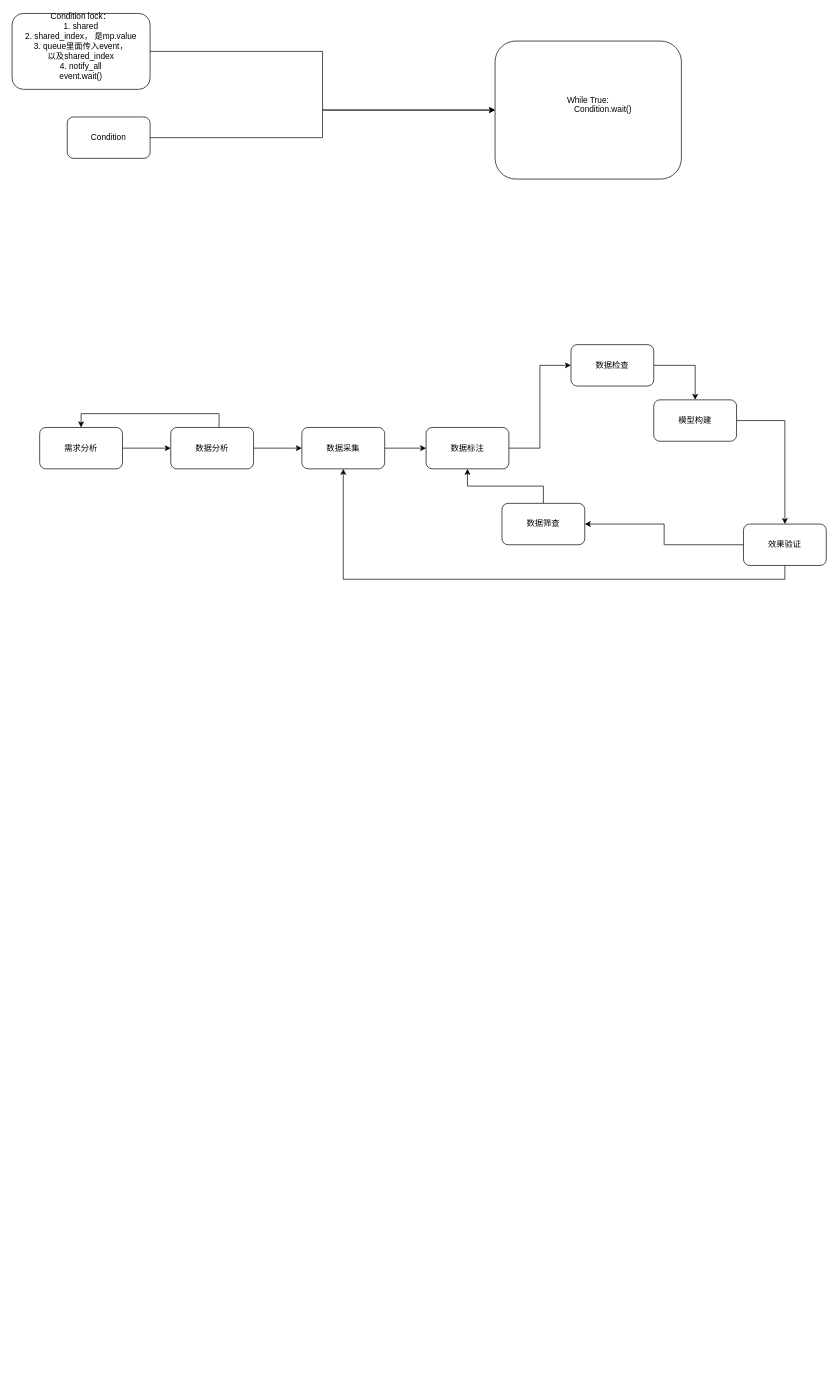
Earlier version of the draw.io diagram 未命名绘图.drawio (yimi-code/myrepo). Source tidied: cells renumbered, new cells numbered last; positions are measured from the earlier drawing's top-left corner, leaving out a move shared by most shapes. Both pictures are drawn from the tidied source at 69%, with x=0, y=0 at pixel (12, 13).
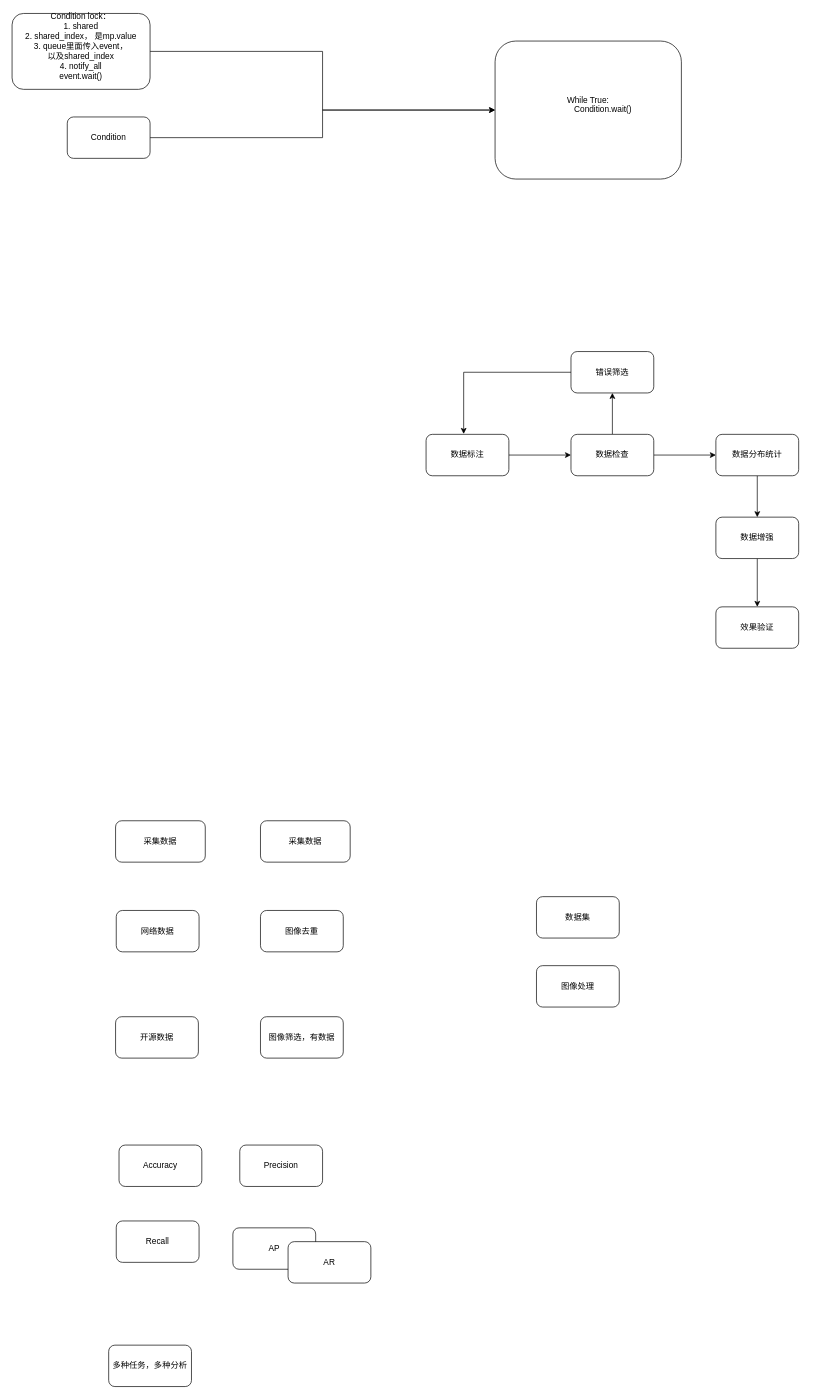
Above is the later version.

Commit message:
更新未命名绘图.drawio

The edit, as a diff of the source:
```diff
@@
-    <mxCell id="7" style="edgeStyle=orthogonalEdgeStyle;rounded=0;jettySize=auto;html=1;entryX=0;entryY=0.5;entryDx=0;entryDy=0;" parent="1" edge="1" source="8" target="12">
-      <mxGeometry relative="1" as="geometry" />
-    </mxCell>
-    <mxCell id="8" value="数据采集" style="rounded=1;whiteSpace=wrap;html=1;" parent="1" vertex="1">
-      <mxGeometry x="420" y="600" width="120" height="60" as="geometry" />
-    </mxCell>
-    <mxCell id="9" style="edgeStyle=orthogonalEdgeStyle;rounded=0;jettySize=auto;html=1;entryX=0.5;entryY=1;entryDx=0;entryDy=0;" parent="1" edge="1" source="10" target="12">
-      <mxGeometry relative="1" as="geometry" />
-    </mxCell>
-    <mxCell id="10" value="数据筛查" style="rounded=1;whiteSpace=wrap;html=1;" parent="1" vertex="1">
-      <mxGeometry x="710" y="710" width="120" height="60" as="geometry" />
-    </mxCell>
@@
     <mxCell id="12" value="数据标注" style="rounded=1;whiteSpace=wrap;html=1;" parent="1" vertex="1">
-      <mxGeometry x="600" y="600" width="120" height="60" as="geometry" />
+      <mxGeometry x="600" y="610" width="120" height="60" as="geometry" />
     </mxCell>
-    <mxCell id="13" style="edgeStyle=orthogonalEdgeStyle;rounded=0;jettySize=auto;html=1;" parent="1" edge="1" source="14" target="17">
-      <mxGeometry relative="1" as="geometry" />
-    </mxCell>
-    <mxCell id="14" value="需求分析" style="rounded=1;whiteSpace=wrap;html=1;" parent="1" vertex="1">
-      <mxGeometry x="40" y="600" width="120" height="60" as="geometry" />
-    </mxCell>
-    <mxCell id="15" style="edgeStyle=orthogonalEdgeStyle;rounded=0;jettySize=auto;html=1;entryX=0.5;entryY=0;entryDx=0;entryDy=0;" parent="1" edge="1" source="17" target="14">
-      <mxGeometry relative="1" as="geometry">
-        <Array as="points">
-          <mxPoint x="300" y="580" />
-          <mxPoint x="100" y="580" />
-        </Array>
-      </mxGeometry>
-    </mxCell>
-    <mxCell id="16" style="edgeStyle=orthogonalEdgeStyle;rounded=0;jettySize=auto;html=1;" parent="1" edge="1" source="17" target="8">
-      <mxGeometry relative="1" as="geometry" />
-    </mxCell>
-    <mxCell id="17" value="数据分析" style="rounded=1;whiteSpace=wrap;html=1;" parent="1" vertex="1">
-      <mxGeometry x="230" y="600" width="120" height="60" as="geometry" />
-    </mxCell>
-    <mxCell id="18" style="edgeStyle=orthogonalEdgeStyle;rounded=0;jettySize=auto;html=1;entryX=0.5;entryY=0;entryDx=0;entryDy=0;" parent="1" edge="1" source="19" target="22">
-      <mxGeometry relative="1" as="geometry" />
-    </mxCell>
-    <mxCell id="19" value="模型构建" style="rounded=1;whiteSpace=wrap;html=1;" parent="1" vertex="1">
-      <mxGeometry x="930" y="560" width="120" height="60" as="geometry" />
+    <mxCell id="19" value="数据集" style="rounded=1;whiteSpace=wrap;html=1;" parent="1" vertex="1">
+      <mxGeometry x="760" y="1280" width="120" height="60" as="geometry" />
     </mxCell>
-    <mxCell id="20" style="edgeStyle=orthogonalEdgeStyle;rounded=0;jettySize=auto;html=1;" parent="1" edge="1" source="22" target="10">
-      <mxGeometry relative="1" as="geometry" />
-    </mxCell>
-    <mxCell id="21" style="edgeStyle=orthogonalEdgeStyle;rounded=0;jettySize=auto;html=1;entryX=0.5;entryY=1;entryDx=0;entryDy=0;exitX=0.5;exitY=1;exitDx=0;exitDy=0;" parent="1" edge="1" source="22" target="8">
-      <mxGeometry relative="1" as="geometry" />
-    </mxCell>
     <mxCell id="22" value="效果验证" style="rounded=1;whiteSpace=wrap;html=1;" parent="1" vertex="1">
-      <mxGeometry x="1060" y="740" width="120" height="60" as="geometry" />
+      <mxGeometry x="1020" y="860" width="120" height="60" as="geometry" />
     </mxCell>
-    <mxCell id="23" style="edgeStyle=orthogonalEdgeStyle;rounded=0;jettySize=auto;html=1;exitX=1;exitY=0.5;exitDx=0;exitDy=0;" parent="1" edge="1" source="24" target="19">
-      <mxGeometry relative="1" as="geometry" />
-    </mxCell>
+    <mxCell id="25" style="edgeStyle=orthogonalEdgeStyle;rounded=0;jettySize=auto;html=1;entryX=0;entryY=0.5;entryDx=0;entryDy=0;" parent="1" edge="1" source="24" target="35">
+      <mxGeometry relative="1" as="geometry" />
+    </mxCell>
+    <mxCell id="26" style="edgeStyle=orthogonalEdgeStyle;rounded=0;jettySize=auto;html=1;entryX=0.5;entryY=1;entryDx=0;entryDy=0;" parent="1" edge="1" source="24" target="32">
+      <mxGeometry relative="1" as="geometry" />
+    </mxCell>
     <mxCell id="24" value="数据检查" style="rounded=1;whiteSpace=wrap;html=1;" parent="1" vertex="1">
-      <mxGeometry x="810" y="480" width="120" height="60" as="geometry" />
+      <mxGeometry x="810" y="610" width="120" height="60" as="geometry" />
     </mxCell>
+    <mxCell id="27" style="edgeStyle=orthogonalEdgeStyle;rounded=0;jettySize=auto;html=1;entryX=0.5;entryY=0;entryDx=0;entryDy=0;" parent="1" edge="1" source="28" target="22">
+      <mxGeometry relative="1" as="geometry" />
+    </mxCell>
+    <mxCell id="28" value="数据增强" style="rounded=1;whiteSpace=wrap;html=1;" parent="1" vertex="1">
+      <mxGeometry x="1020" y="730" width="120" height="60" as="geometry" />
+    </mxCell>
+    <mxCell id="29" value="网络数据" style="rounded=1;whiteSpace=wrap;html=1;" parent="1" vertex="1">
+      <mxGeometry x="151" y="1300" width="120" height="60" as="geometry" />
+    </mxCell>
+    <mxCell id="30" value="开源数据" style="rounded=1;whiteSpace=wrap;html=1;" parent="1" vertex="1">
+      <mxGeometry x="150" y="1454" width="120" height="60" as="geometry" />
+    </mxCell>
+    <mxCell id="31" value="采集数据" style="rounded=1;whiteSpace=wrap;html=1;" parent="1" vertex="1">
+      <mxGeometry x="150" y="1170" width="130" height="60" as="geometry" />
+    </mxCell>
+    <mxCell id="32" value="错误筛选" style="rounded=1;whiteSpace=wrap;html=1;" parent="1" vertex="1">
+      <mxGeometry x="810" y="490" width="120" height="60" as="geometry" />
+    </mxCell>
+    <mxCell id="33" style="edgeStyle=orthogonalEdgeStyle;rounded=0;jettySize=auto;html=1;entryX=0.454;entryY=-0.011;entryDx=0;entryDy=0;entryPerimeter=0;" parent="1" edge="1" source="32" target="12">
+      <mxGeometry relative="1" as="geometry" />
+    </mxCell>
+    <mxCell id="34" style="edgeStyle=orthogonalEdgeStyle;rounded=0;jettySize=auto;html=1;entryX=0.5;entryY=0;entryDx=0;entryDy=0;" parent="1" edge="1" source="35" target="28">
+      <mxGeometry relative="1" as="geometry" />
+    </mxCell>
+    <mxCell id="35" value="数据分布统计" style="rounded=1;whiteSpace=wrap;html=1;" parent="1" vertex="1">
+      <mxGeometry x="1020" y="610" width="120" height="60" as="geometry" />
+    </mxCell>
+    <mxCell id="36" value="图像筛选，有数据" style="rounded=1;whiteSpace=wrap;html=1;" parent="1" vertex="1">
+      <mxGeometry x="360" y="1454" width="120" height="60" as="geometry" />
+    </mxCell>
+    <mxCell id="37" value="图像处理" style="rounded=1;whiteSpace=wrap;html=1;" parent="1" vertex="1">
+      <mxGeometry x="760" y="1380" width="120" height="60" as="geometry" />
+    </mxCell>
+    <mxCell id="38" value="采集数据" style="rounded=1;whiteSpace=wrap;html=1;" parent="1" vertex="1">
+      <mxGeometry x="360" y="1170" width="130" height="60" as="geometry" />
+    </mxCell>
+    <mxCell id="39" value="图像去重" style="rounded=1;whiteSpace=wrap;html=1;" parent="1" vertex="1">
+      <mxGeometry x="360" y="1300" width="120" height="60" as="geometry" />
+    </mxCell>
+    <mxCell id="40" value="Accuracy" style="rounded=1;whiteSpace=wrap;html=1;" parent="1" vertex="1">
+      <mxGeometry x="155" y="1640" width="120" height="60" as="geometry" />
+    </mxCell>
+    <mxCell id="41" value="Precision" style="rounded=1;whiteSpace=wrap;html=1;" parent="1" vertex="1">
+      <mxGeometry x="330" y="1640" width="120" height="60" as="geometry" />
+    </mxCell>
+    <mxCell id="42" value="Recall" style="rounded=1;whiteSpace=wrap;html=1;" parent="1" vertex="1">
+      <mxGeometry x="151" y="1750" width="120" height="60" as="geometry" />
+    </mxCell>
+    <mxCell id="43" value="AP" style="rounded=1;whiteSpace=wrap;html=1;" parent="1" vertex="1">
+      <mxGeometry x="320" y="1760" width="120" height="60" as="geometry" />
+    </mxCell>
+    <mxCell id="44" value="AR" style="rounded=1;whiteSpace=wrap;html=1;" parent="1" vertex="1">
+      <mxGeometry x="400" y="1780" width="120" height="60" as="geometry" />
+    </mxCell>
+    <mxCell id="45" value="多种任务，多种分析" style="rounded=1;whiteSpace=wrap;html=1;" parent="1" vertex="1">
+      <mxGeometry x="140" y="1930" width="120" height="60" as="geometry" />
+    </mxCell>
```
